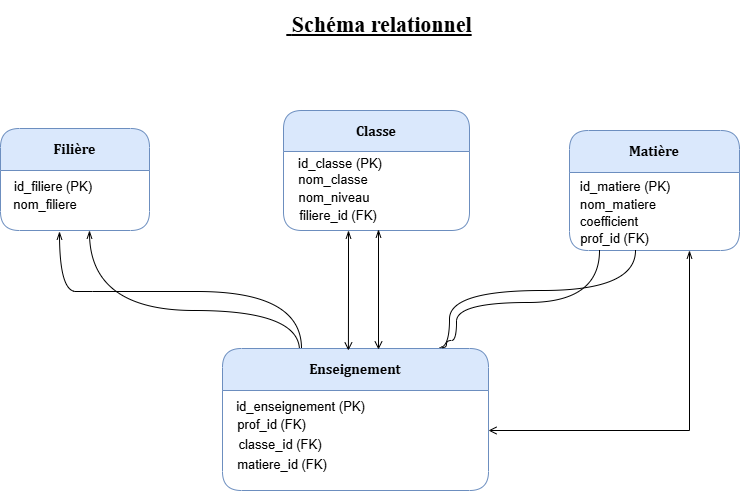
Before: images/_Schema_relationnel_gestion_etudiants.drawio.png, a diagram exported from draw.io (HamethDiouf/projet-gestion-notes). Source tidied: cells renumbered, new cells last; positions are measured from the earlier drawing's top-left corner, leaving out a move shared by most shapes.
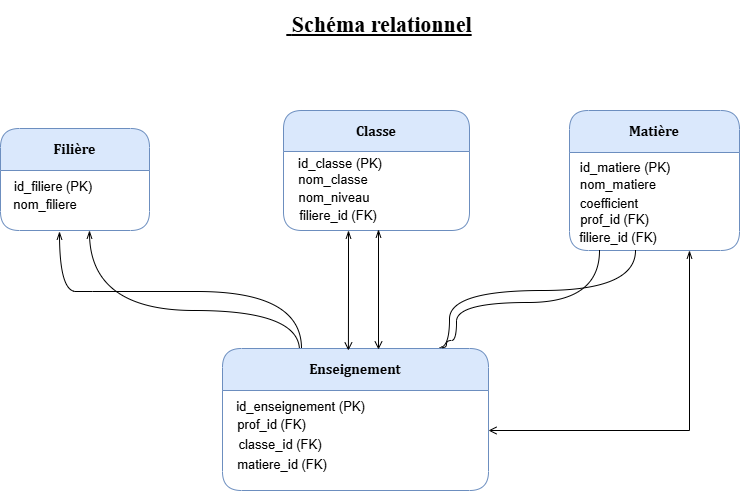
After the commit.

Commit message:
Update relational schema design for clarity and consistency

The edit, as a diff of the source:
```diff
@@ -58,16 +58,16 @@
       </mxGeometry>
     </mxCell>
     <mxCell id="16" value="&lt;font style=&quot;font-size: 14px;&quot; face=&quot;Cambria&quot;&gt;Matière&lt;/font&gt;" style="swimlane;whiteSpace=wrap;html=1;startSize=42;rounded=1;fillColor=#dae8fc;strokeColor=#6c8ebf;direction=east;" parent="1" vertex="1">
-      <mxGeometry x="569" y="120" width="170" height="120" as="geometry" />
+      <mxGeometry x="569" y="100" width="170" height="140" as="geometry" />
     </mxCell>
     <mxCell id="17" value="&lt;font style=&quot;font-size: 13px;&quot;&gt;id_matiere (PK)&lt;/font&gt;" style="text;html=1;whiteSpace=wrap;strokeColor=none;fillColor=none;align=center;verticalAlign=middle;rounded=0;" parent="1" vertex="1">
-      <mxGeometry x="575" y="161" width="100" height="30" as="geometry" />
+      <mxGeometry x="575" y="142" width="100" height="30" as="geometry" />
     </mxCell>
     <mxCell id="18" value="&lt;font style=&quot;font-size: 13px;&quot;&gt;nom_matiere&lt;/font&gt;" style="text;html=1;whiteSpace=wrap;strokeColor=none;fillColor=none;align=center;verticalAlign=middle;rounded=0;" parent="1" vertex="1">
-      <mxGeometry x="588" y="178" width="60" height="32" as="geometry" />
+      <mxGeometry x="588" y="158" width="60" height="32" as="geometry" />
     </mxCell>
     <mxCell id="19" value="&lt;font style=&quot;font-size: 13px;&quot;&gt;coefficient&lt;/font&gt;" style="text;html=1;whiteSpace=wrap;strokeColor=none;fillColor=none;align=center;verticalAlign=middle;rounded=0;" parent="1" vertex="1">
-      <mxGeometry x="579" y="196" width="60" height="30" as="geometry" />
+      <mxGeometry x="579" y="178" width="60" height="30" as="geometry" />
     </mxCell>
     <mxCell id="20" value="&lt;p class=&quot;MsoNormal&quot;&gt;&lt;font style=&quot;font-size: 22px;&quot;&gt;&lt;u&gt;&lt;span style=&quot;font-family: &amp;quot;Times New Roman&amp;quot;;&quot;&gt;&amp;nbsp;&lt;/span&gt;&lt;b style=&quot;&quot;&gt;&lt;span class=&quot;15&quot; style=&quot;font-family: &amp;quot;Times New Roman&amp;quot;;&quot;&gt;Schéma relationnel&lt;/span&gt;&lt;/b&gt;&lt;/u&gt;&lt;/font&gt;&lt;/p&gt;" style="text;html=1;whiteSpace=wrap;strokeColor=none;fillColor=none;align=center;verticalAlign=middle;rounded=0;" parent="1" vertex="1">
       <mxGeometry x="269" width="220" height="30" as="geometry" />
@@ -125,7 +125,10 @@
       <mxGeometry x="291" y="190" width="94" height="30" as="geometry" />
     </mxCell>
     <mxCell id="28" value="&lt;font style=&quot;font-size: 13px;&quot;&gt;prof_id (FK)&lt;/font&gt;" style="text;html=1;whiteSpace=wrap;strokeColor=none;fillColor=none;align=center;verticalAlign=middle;rounded=0;" parent="1" vertex="1">
-      <mxGeometry x="570" y="213" width="89" height="30" as="geometry" />
+      <mxGeometry x="570" y="194" width="89" height="30" as="geometry" />
     </mxCell>
+    <mxCell id="29" value="&lt;span style=&quot;font-size: 13px;&quot;&gt;filiere_id (FK)&lt;/span&gt;" style="text;html=1;whiteSpace=wrap;strokeColor=none;fillColor=none;align=center;verticalAlign=middle;rounded=0;" parent="1" vertex="1">
+      <mxGeometry x="578" y="211" width="80" height="32" as="geometry" />
+    </mxCell>
   </root>
 </mxGraphModel>
```
